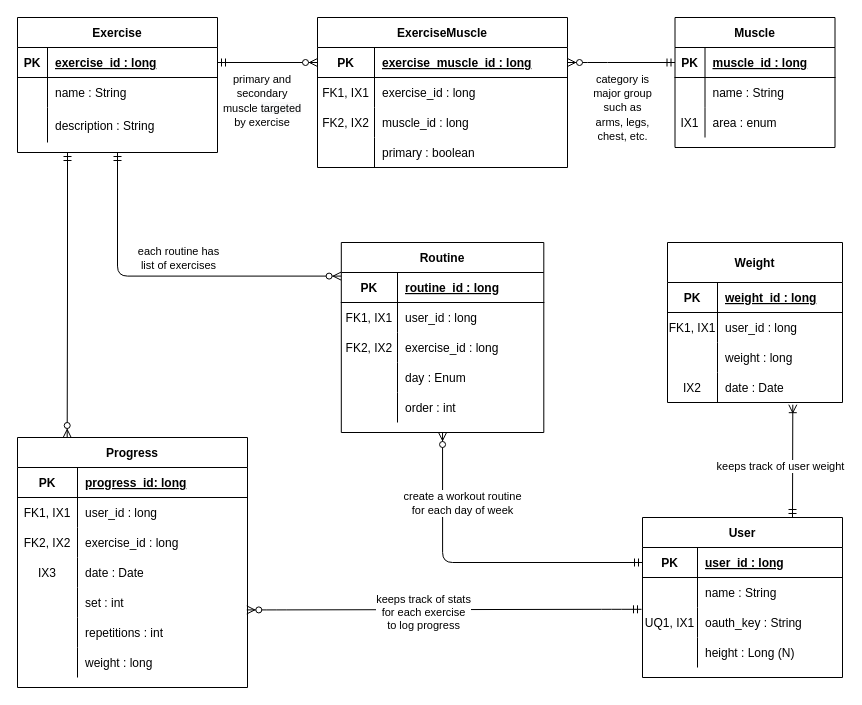
Above: docs/work/erd.drawio in John-Jaramillo/my-workout (draw.io), before the change. Source tidied: cells renumbered, new cells numbered last; positions are measured from the earlier drawing's top-left corner, leaving out a move shared by most shapes. Both pictures are drawn from the tidied source at 100%, with x=0, y=0 at pixel (17, 17).
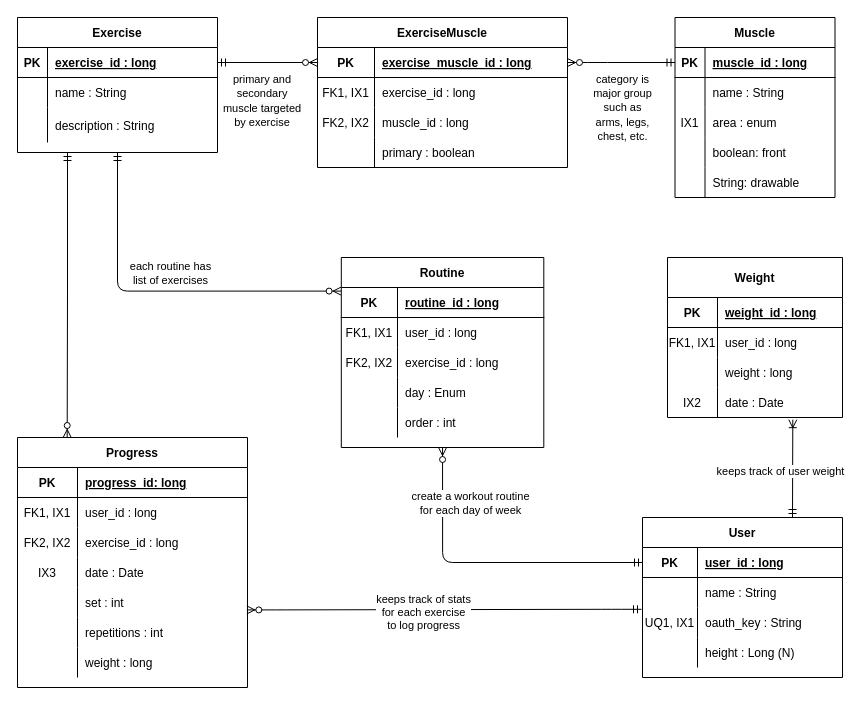
Above is the later version.

Change to the diagram source:
```diff
@@
     <mxCell id="24" value="Muscle" style="shape=table;startSize=30;childLayout=tableLayout;rowLines=0;fontStyle=1;align=center;" parent="1" vertex="1">
-      <mxGeometry x="657.5" width="160" height="130" as="geometry" />
+      <mxGeometry x="657.5" width="160" height="180" as="geometry" />
     </mxCell>
@@
+    <mxCell id="113" style="shape=partialRectangle;fillColor=none;top=0;left=0;bottom=0;right=0;" parent="24" vertex="1">
+      <mxGeometry y="120" width="160" height="30" as="geometry" />
+    </mxCell>
+    <mxCell id="114" style="shape=partialRectangle;fillColor=none;top=0;left=0;bottom=0;right=0;overflow=hidden;" parent="113" vertex="1">
+      <mxGeometry width="30" height="30" as="geometry" />
+    </mxCell>
+    <mxCell id="115" value="boolean: front" style="shape=partialRectangle;fillColor=none;top=0;left=0;bottom=0;right=0;align=left;spacingLeft=6;overflow=hidden;" parent="113" vertex="1">
+      <mxGeometry x="30" width="130" height="30" as="geometry" />
+    </mxCell>
+    <mxCell id="116" style="shape=partialRectangle;fillColor=none;top=0;left=0;bottom=0;right=0;" parent="24" vertex="1">
+      <mxGeometry y="150" width="160" height="30" as="geometry" />
+    </mxCell>
+    <mxCell id="117" style="shape=partialRectangle;fillColor=none;top=0;left=0;bottom=0;right=0;overflow=hidden;" parent="116" vertex="1">
+      <mxGeometry width="30" height="30" as="geometry" />
+    </mxCell>
+    <mxCell id="118" value="String: drawable" style="shape=partialRectangle;fillColor=none;top=0;left=0;bottom=0;right=0;align=left;spacingLeft=6;overflow=hidden;" parent="116" vertex="1">
+      <mxGeometry x="30" width="130" height="30" as="geometry" />
+    </mxCell>
     <mxCell id="34" value="Routine" style="shape=table;startSize=30;childLayout=tableLayout;rowLines=0;fontStyle=1;align=center;" parent="1" vertex="1">
-      <mxGeometry x="323.8" y="225" width="202.5" height="190" as="geometry" />
+      <mxGeometry x="323.8" y="240" width="202.5" height="190" as="geometry" />
     </mxCell>
@@
     <mxCell id="76" value="Weight" style="shape=table;startSize=40;childLayout=tableLayout;rowLines=0;fontStyle=1;align=center;" parent="1" vertex="1">
-      <mxGeometry x="650" y="225" width="175" height="160" as="geometry" />
+      <mxGeometry x="650" y="240" width="175" height="160" as="geometry" />
     </mxCell>
```
